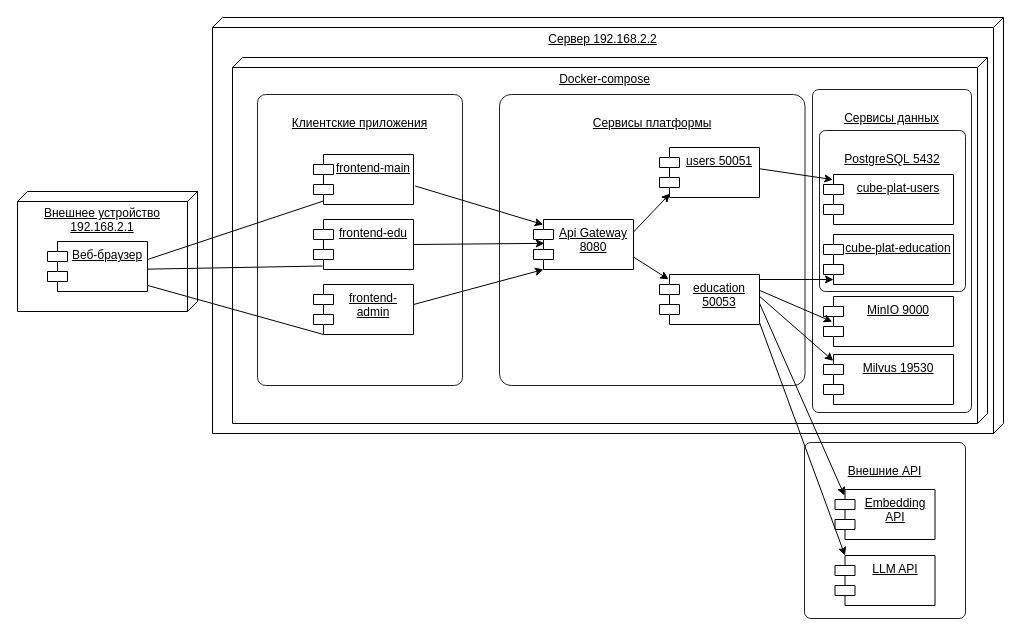
Earlier version of the draw.io diagram архитектура.drawio (Pavlushechko/diploma2026). Source tidied: cells renumbered, new cells numbered last; positions are measured from the earlier drawing's top-left corner, leaving out a move shared by most shapes. Both pictures are drawn from the tidied source at 100%, with x=0, y=0 at pixel (17, 17).
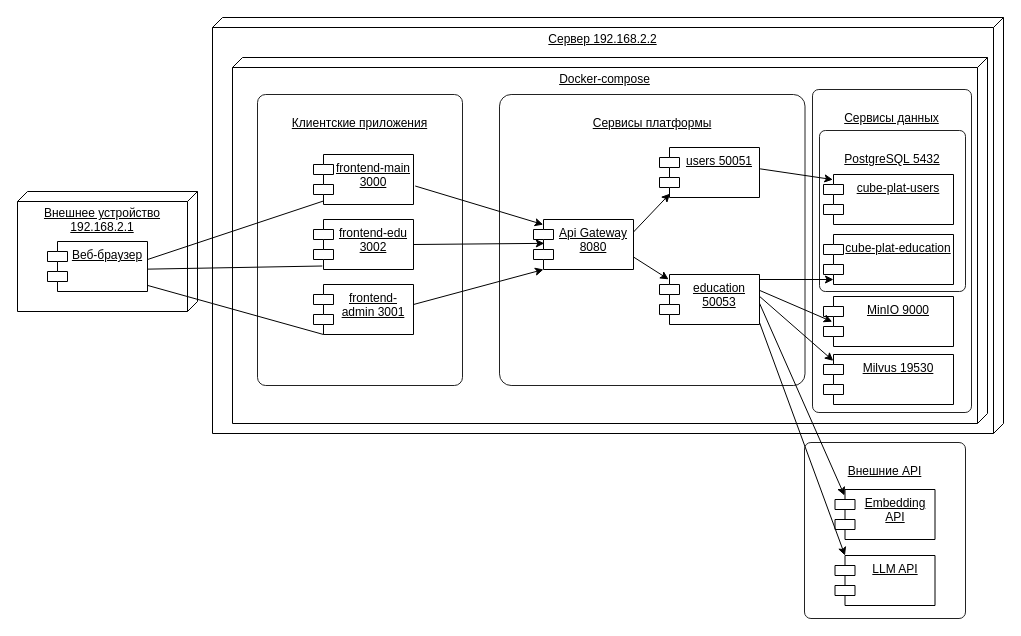
Above is the later version.

What changed in the source:
```diff
@@
-    <mxCell id="7" value="frontend-edu" style="shape=module;align=left;spacingLeft=20;align=center;verticalAlign=top;whiteSpace=wrap;html=1;strokeColor=default;textShadow=0;labelBorderColor=none;labelBackgroundColor=none;fontColor=default;fontStyle=4;" parent="1" vertex="1">
+    <mxCell id="7" value="frontend-edu 3002" style="shape=module;align=left;spacingLeft=20;align=center;verticalAlign=top;whiteSpace=wrap;html=1;strokeColor=default;textShadow=0;labelBorderColor=none;labelBackgroundColor=none;fontColor=default;fontStyle=4;" parent="1" vertex="1">
       <mxGeometry x="296" y="202" width="100" height="50" as="geometry" />
     </mxCell>
-    <mxCell id="8" value="frontend-admin" style="shape=module;align=left;spacingLeft=20;align=center;verticalAlign=top;whiteSpace=wrap;html=1;strokeColor=default;textShadow=0;labelBorderColor=none;labelBackgroundColor=none;fontColor=default;fontStyle=4;" parent="1" vertex="1">
+    <mxCell id="8" value="frontend-admin 3001" style="shape=module;align=left;spacingLeft=20;align=center;verticalAlign=top;whiteSpace=wrap;html=1;strokeColor=default;textShadow=0;labelBorderColor=none;labelBackgroundColor=none;fontColor=default;fontStyle=4;" parent="1" vertex="1">
       <mxGeometry x="296" y="267" width="100" height="50" as="geometry" />
     </mxCell>
-    <mxCell id="9" value="frontend-main" style="shape=module;align=left;spacingLeft=20;align=center;verticalAlign=top;whiteSpace=wrap;html=1;strokeColor=default;textShadow=0;labelBorderColor=none;labelBackgroundColor=none;fontColor=default;fontStyle=4;" parent="1" vertex="1">
+    <mxCell id="9" value="frontend-main 3000" style="shape=module;align=left;spacingLeft=20;align=center;verticalAlign=top;whiteSpace=wrap;html=1;strokeColor=default;textShadow=0;labelBorderColor=none;labelBackgroundColor=none;fontColor=default;fontStyle=4;" parent="1" vertex="1">
       <mxGeometry x="296" y="137" width="100" height="50" as="geometry" />
     </mxCell>
```
